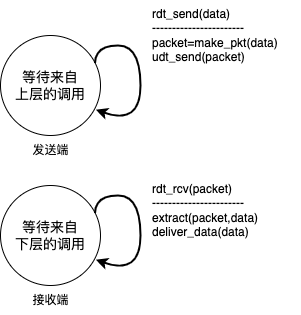
Earlier version of the draw.io export net_t_d/未命名绘图.drawio.png (zhaole0606/pic). Source tidied: cells renumbered, new cells last; positions are measured from the earlier drawing's top-left corner, leaving out a move shared by most shapes.
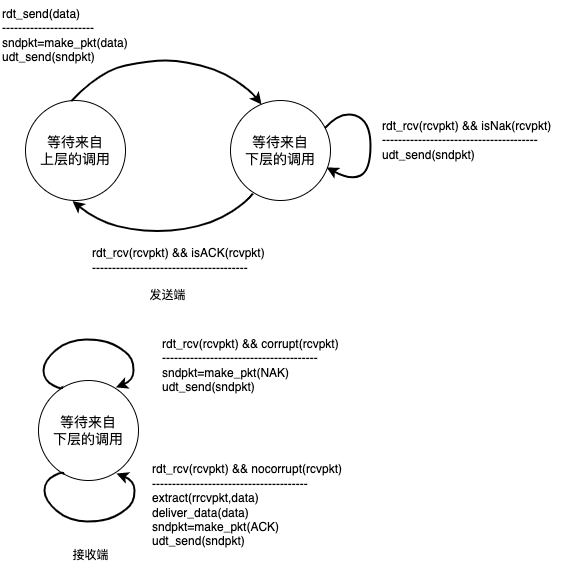
The same diagram one commit later.

Commit message:
更新未命名绘图.drawio.png

Diff of the diagram source:
```diff
@@ -3,40 +3,97 @@
     <mxCell id="0" />
     <mxCell id="1" parent="0" />
     <mxCell id="2" value="&lt;font style=&quot;font-size: 14px;&quot;&gt;等待来自&lt;br&gt;上层的调用&lt;/font&gt;" style="ellipse;whiteSpace=wrap;html=1;" parent="1" vertex="1">
-      <mxGeometry y="35" width="100" height="100" as="geometry" />
+      <mxGeometry x="75" y="45" width="100" height="100" as="geometry" />
     </mxCell>
-    <mxCell id="3" style="curved=1;endArrow=classic;html=1;rounded=0;exitX=0.945;exitY=0.275;exitDx=0;exitDy=0;exitPerimeter=0;entryX=0.953;entryY=0.742;entryDx=0;entryDy=0;entryPerimeter=0;fontStyle=0;strokeWidth=2;" parent="1" edge="1" source="2" target="2">
+    <mxCell id="3" style="curved=1;endArrow=classic;html=1;rounded=0;exitX=0.457;exitY=0.006;exitDx=0;exitDy=0;entryX=0.31;entryY=0.04;entryDx=0;entryDy=0;entryPerimeter=0;fontStyle=0;strokeWidth=2;exitPerimeter=0;" parent="1" edge="1" source="2" target="8">
       <mxGeometry relative="1" as="geometry">
         <Array as="points">
-          <mxPoint x="95" y="45" />
-          <mxPoint x="140" y="45" />
-          <mxPoint x="140" y="125" />
+          <mxPoint x="150" y="15" />
+          <mxPoint x="200" y="5" />
+          <mxPoint x="230" y="5" />
+          <mxPoint x="270" y="15" />
+          <mxPoint x="300" y="35" />
         </Array>
       </mxGeometry>
     </mxCell>
-    <mxCell id="4" value="&lt;font style=&quot;font-size: 12px;&quot;&gt;rdt_send(data)&lt;br&gt;-----------------------&lt;br&gt;packet=make_pkt(data)&lt;br&gt;udt_send(packet)&lt;/font&gt;" style="text;html=1;align=left;verticalAlign=middle;strokeColor=none;fillColor=none;" parent="1" vertex="1">
-      <mxGeometry x="150" width="150" height="70" as="geometry" />
+    <mxCell id="4" value="&lt;font style=&quot;font-size: 12px;&quot;&gt;rdt_send(data)&lt;br&gt;-----------------------&lt;br&gt;sndpkt=make_pkt(data)&lt;br&gt;udt_send(sndpkt)&lt;/font&gt;" style="text;html=1;align=left;verticalAlign=middle;strokeColor=none;fillColor=none;" parent="1" vertex="1">
+      <mxGeometry x="50" y="-55" width="150" height="70" as="geometry" />
     </mxCell>
-    <mxCell id="5" value="rdt_rcv(packet)&lt;br&gt;-----------------------&lt;br&gt;extract(packet,data)&lt;br&gt;deliver_data(data)" style="text;html=1;align=left;verticalAlign=middle;strokeColor=none;fillColor=none;" parent="1" vertex="1">
-      <mxGeometry x="150" y="175" width="130" height="70" as="geometry" />
+    <mxCell id="5" value="rdt_rcv(rcvpkt) &amp;amp;&amp;amp; isNak(rcvpkt)&lt;br&gt;---------------------------------------&lt;br&gt;udt_send(sndpkt)" style="text;html=1;align=left;verticalAlign=middle;strokeColor=none;fillColor=none;" parent="1" vertex="1">
+      <mxGeometry x="430" y="55" width="190" height="60" as="geometry" />
     </mxCell>
     <mxCell id="6" value="发送端" style="text;html=1;align=center;verticalAlign=middle;strokeColor=none;fillColor=none;fontSize=11;fontFamily=Helvetica;fontColor=default;" parent="1" vertex="1">
-      <mxGeometry x="20" y="135" width="60" height="30" as="geometry" />
+      <mxGeometry x="187" y="225" width="60" height="30" as="geometry" />
     </mxCell>
     <mxCell id="7" value="接收端" style="text;html=1;align=center;verticalAlign=middle;strokeColor=none;fillColor=none;fontSize=11;fontFamily=Helvetica;fontColor=default;" parent="1" vertex="1">
-      <mxGeometry x="20" y="285" width="60" height="30" as="geometry" />
+      <mxGeometry x="110" y="485" width="60" height="30" as="geometry" />
     </mxCell>
     <mxCell id="8" value="&lt;font style=&quot;font-size: 14px;&quot;&gt;等待来自&lt;br&gt;下层的调用&lt;/font&gt;" style="ellipse;whiteSpace=wrap;html=1;" parent="1" vertex="1">
-      <mxGeometry y="185" width="100" height="100" as="geometry" />
+      <mxGeometry x="280" y="45" width="100" height="100" as="geometry" />
     </mxCell>
-    <mxCell id="9" style="curved=1;endArrow=classic;html=1;rounded=0;exitX=0.945;exitY=0.275;exitDx=0;exitDy=0;exitPerimeter=0;entryX=0.953;entryY=0.742;entryDx=0;entryDy=0;entryPerimeter=0;fontStyle=0;strokeWidth=2;" parent="1" edge="1" source="8" target="8">
+    <mxCell id="9" style="curved=1;endArrow=classic;html=1;rounded=0;exitX=0.945;exitY=0.275;exitDx=0;exitDy=0;exitPerimeter=0;entryX=0.961;entryY=0.669;entryDx=0;entryDy=0;entryPerimeter=0;fontStyle=0;strokeWidth=2;" parent="1" edge="1" source="8" target="8">
       <mxGeometry relative="1" as="geometry">
         <Array as="points">
-          <mxPoint x="95" y="195" />
-          <mxPoint x="140" y="195" />
-          <mxPoint x="140" y="275" />
+          <mxPoint x="390" y="55" />
+          <mxPoint x="420" y="65" />
+          <mxPoint x="420" y="115" />
+          <mxPoint x="400" y="125" />
         </Array>
       </mxGeometry>
     </mxCell>
+    <mxCell id="10" style="curved=1;endArrow=classic;html=1;rounded=0;entryX=0.218;entryY=0.086;entryDx=0;entryDy=0;entryPerimeter=0;fontStyle=0;strokeWidth=2;exitX=0.224;exitY=0.931;exitDx=0;exitDy=0;exitPerimeter=0;" parent="1" edge="1" source="8">
+      <mxGeometry relative="1" as="geometry">
+        <mxPoint x="122" y="145.6" as="targetPoint" />
+        <Array as="points">
+          <mxPoint x="297" y="145.6" />
+          <mxPoint x="267" y="165.6" />
+          <mxPoint x="227" y="175.6" />
+          <mxPoint x="187" y="175.6" />
+          <mxPoint x="147" y="165.6" />
+        </Array>
+      </mxGeometry>
+    </mxCell>
+    <mxCell id="11" value="rdt_rcv(rcvpkt) &amp;amp;&amp;amp; isACK(rcvpkt)&lt;br&gt;---------------------------------------" style="text;html=1;align=left;verticalAlign=middle;strokeColor=none;fillColor=none;" parent="1" vertex="1">
+      <mxGeometry x="140" y="185" width="200" height="40" as="geometry" />
+    </mxCell>
+    <mxCell id="12" value="&lt;font style=&quot;font-size: 14px;&quot;&gt;等待来自&lt;br&gt;下层的调用&lt;/font&gt;" style="ellipse;whiteSpace=wrap;html=1;" parent="1" vertex="1">
+      <mxGeometry x="88" y="325" width="100" height="100" as="geometry" />
+    </mxCell>
+    <mxCell id="13" style="curved=1;endArrow=classic;html=1;rounded=0;entryX=0.774;entryY=0.069;entryDx=0;entryDy=0;entryPerimeter=0;fontStyle=0;strokeWidth=2;exitX=0.237;exitY=0.057;exitDx=0;exitDy=0;exitPerimeter=0;" parent="1" edge="1" source="12" target="12">
+      <mxGeometry relative="1" as="geometry">
+        <Array as="points">
+          <mxPoint x="113" y="335" />
+          <mxPoint x="93" y="325" />
+          <mxPoint x="93" y="305" />
+          <mxPoint x="118" y="284.1" />
+          <mxPoint x="153" y="284" />
+          <mxPoint x="173" y="294" />
+          <mxPoint x="183" y="305" />
+          <mxPoint x="183" y="325" />
+        </Array>
+      </mxGeometry>
+    </mxCell>
+    <mxCell id="14" value="rdt_rcv(rcvpkt) &amp;amp;&amp;amp; corrupt(rcvpkt)&lt;br&gt;---------------------------------------&lt;br&gt;sndpkt=make_pkt(NAK)&lt;br style=&quot;border-color: var(--border-color);&quot;&gt;udt_send(sndpkt)" style="text;html=1;align=left;verticalAlign=middle;strokeColor=none;fillColor=none;" parent="1" vertex="1">
+      <mxGeometry x="210" y="275" width="200" height="70" as="geometry" />
+    </mxCell>
+    <mxCell id="15" style="curved=1;endArrow=classic;html=1;rounded=0;entryX=0.774;entryY=0.069;entryDx=0;entryDy=0;entryPerimeter=0;fontStyle=0;strokeWidth=2;exitX=0.237;exitY=0.057;exitDx=0;exitDy=0;exitPerimeter=0;" parent="1" edge="1">
+      <mxGeometry relative="1" as="geometry">
+        <mxPoint x="113" y="419" as="sourcePoint" />
+        <mxPoint x="166" y="418" as="targetPoint" />
+        <Array as="points">
+          <mxPoint x="114" y="415" />
+          <mxPoint x="94" y="425" />
+          <mxPoint x="94" y="445" />
+          <mxPoint x="119" y="465.9" />
+          <mxPoint x="154" y="466" />
+          <mxPoint x="174" y="456" />
+          <mxPoint x="184" y="445" />
+          <mxPoint x="184" y="425" />
+        </Array>
+      </mxGeometry>
+    </mxCell>
+    <mxCell id="16" value="rdt_rcv(rcvpkt) &amp;amp;&amp;amp; nocorrupt(rcvpkt)&lt;br&gt;---------------------------------------&lt;br&gt;extract(rrcvpkt,data)&lt;br&gt;deliver_data(data)&lt;br&gt;sndpkt=make_pkt(ACK)&lt;br style=&quot;border-color: var(--border-color);&quot;&gt;udt_send(sndpkt)" style="text;html=1;align=left;verticalAlign=middle;strokeColor=none;fillColor=none;" parent="1" vertex="1">
+      <mxGeometry x="200" y="400" width="210" height="100" as="geometry" />
+    </mxCell>
   </root>
 </mxGraphModel>
```
